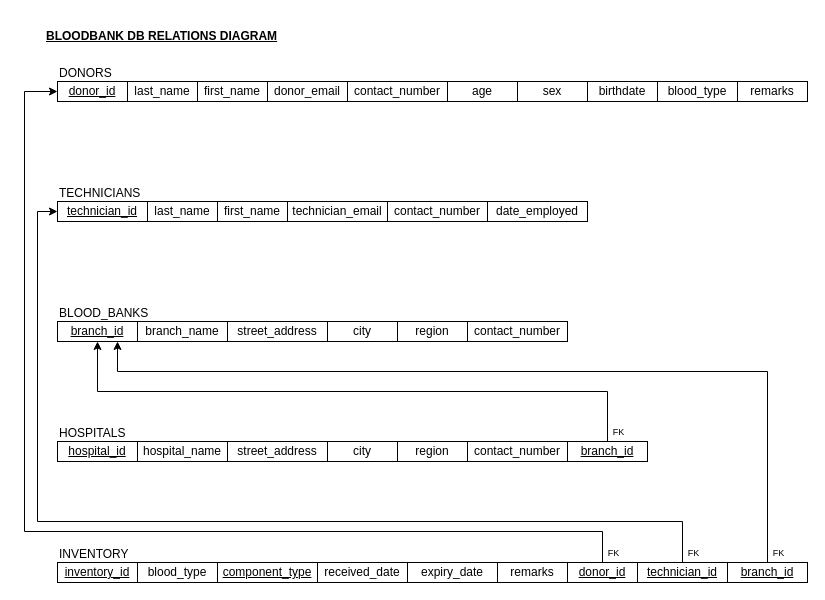
The draw.io diagram Diagrams/DB Relations Diagram.drawio in florence-png/CCINFOM-S17-05, before the edit. Source tidied: cells renumbered, new cells numbered last; positions are measured from the earlier drawing's top-left corner, leaving out a move shared by most shapes. Both pictures are drawn from the tidied source at 100%, with x=0, y=0 at pixel (24, 21).
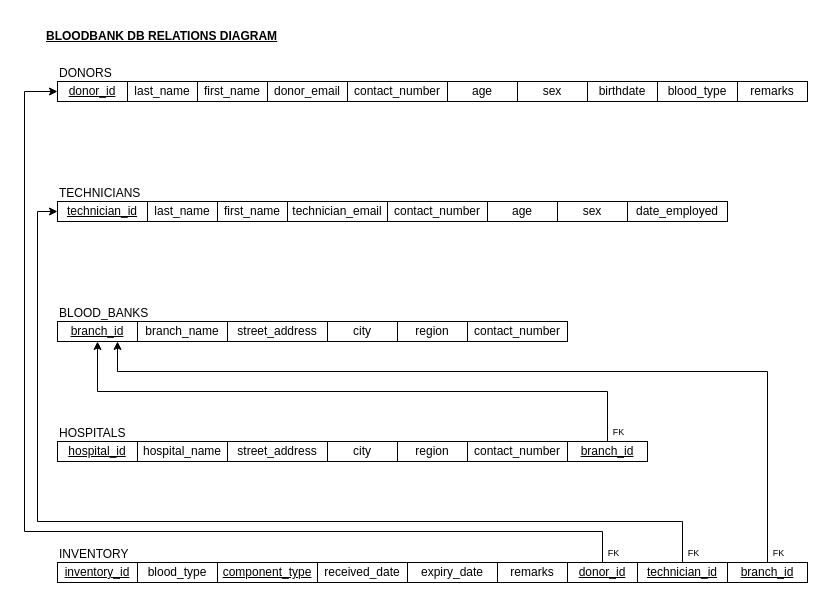
After the change.

Commit message:
Modified Relations Diagram Draft

What changed in the source:
```diff
@@
     <mxCell id="18" value="date_employed" style="rounded=0;whiteSpace=wrap;html=1;" parent="1" vertex="1">
-      <mxGeometry x="463" y="180" width="100" height="20" as="geometry" />
+      <mxGeometry x="603" y="180" width="100" height="20" as="geometry" />
     </mxCell>
@@
+    <mxCell id="54" value="age" style="rounded=0;whiteSpace=wrap;html=1;" parent="1" vertex="1">
+      <mxGeometry x="463" y="180" width="70" height="20" as="geometry" />
+    </mxCell>
+    <mxCell id="55" value="sex" style="rounded=0;whiteSpace=wrap;html=1;" parent="1" vertex="1">
+      <mxGeometry x="533" y="180" width="70" height="20" as="geometry" />
+    </mxCell>
```
